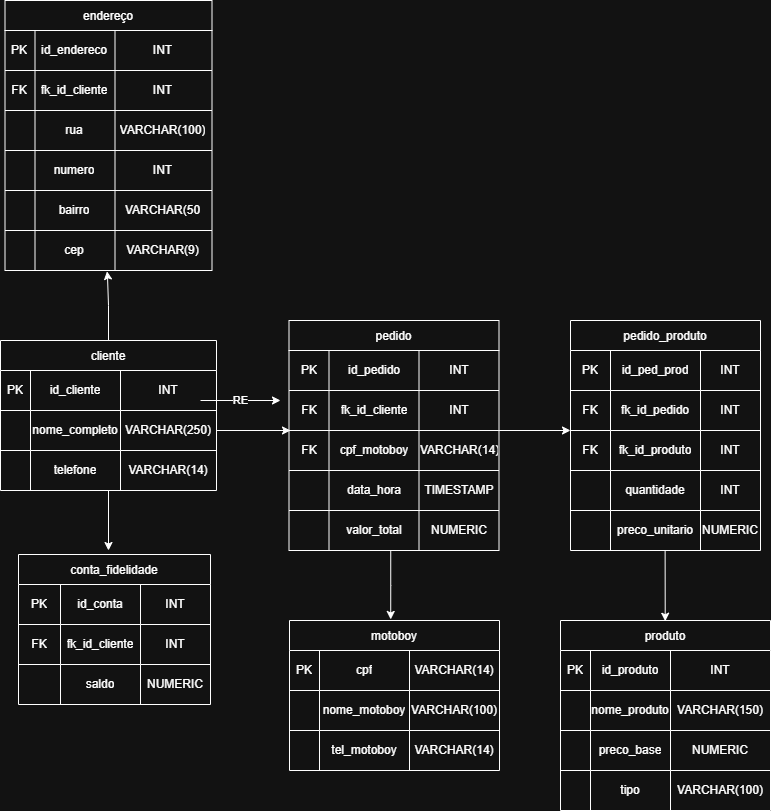
Before: MER-bellamassa.png, a diagram exported from draw.io (mariajuliacintra/trabalhofinal-bellamassa). Source tidied: cells renumbered, new cells last; positions are measured from the earlier drawing's top-left corner, leaving out a move shared by most shapes.
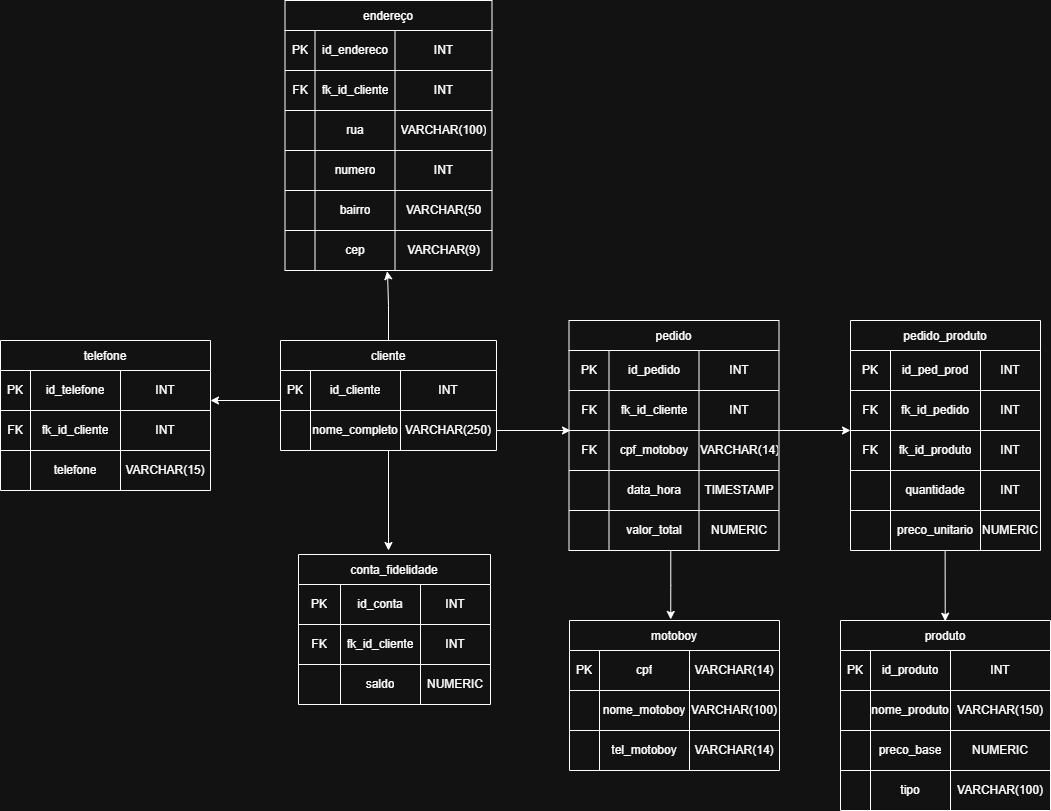
The same diagram one commit later.

The edit, as a diff of the source:
```diff
@@ -8,7 +8,7 @@
       </mxGeometry>
     </mxCell>
     <mxCell id="3" value="cliente" style="shape=table;startSize=30;fixedHeader=1;" parent="1" vertex="1">
-      <mxGeometry y="340" width="216" height="150" as="geometry" />
+      <mxGeometry y="340" width="216" height="110" as="geometry" />
     </mxCell>
     <mxCell id="4" style="shape=tableRow;horizontal=0;startSize=0;swimlaneHead=0;swimlaneBody=0;strokeColor=inherit;top=0;left=0;bottom=0;right=0;fillColor=none;fixedHeader=1;" parent="3" vertex="1">
       <mxGeometry y="30" width="216" height="40" as="geometry" />
@@ -34,18 +34,6 @@
     <mxCell id="11" value="VARCHAR(250)" style="shape=partialRectangle;html=1;whiteSpace=wrap;strokeColor=inherit;overflow=hidden;fillColor=none;top=0;left=0;bottom=0;right=0;" parent="8" vertex="1">
       <mxGeometry x="120" width="96" height="40" as="geometry" />
     </mxCell>
-    <mxCell id="12" style="shape=tableRow;horizontal=0;startSize=0;swimlaneHead=0;swimlaneBody=0;strokeColor=inherit;top=0;left=0;bottom=0;right=0;fillColor=none;fixedHeader=1;" parent="3" vertex="1">
-      <mxGeometry y="110" width="216" height="40" as="geometry" />
-    </mxCell>
-    <mxCell id="13" style="shape=partialRectangle;html=1;whiteSpace=wrap;strokeColor=inherit;overflow=hidden;fillColor=none;top=0;left=0;bottom=0;right=0;" parent="12" vertex="1">
-      <mxGeometry width="30" height="40" as="geometry" />
-    </mxCell>
-    <mxCell id="14" value="telefone" style="shape=partialRectangle;html=1;whiteSpace=wrap;strokeColor=inherit;overflow=hidden;fillColor=none;top=0;left=0;bottom=0;right=0;" parent="12" vertex="1">
-      <mxGeometry x="30" width="90" height="40" as="geometry" />
-    </mxCell>
-    <mxCell id="15" value="VARCHAR(14)" style="shape=partialRectangle;html=1;whiteSpace=wrap;strokeColor=inherit;overflow=hidden;fillColor=none;top=0;left=0;bottom=0;right=0;" parent="12" vertex="1">
-      <mxGeometry x="120" width="96" height="40" as="geometry" />
-    </mxCell>
     <mxCell id="16" value="pedido" style="shape=table;startSize=30;fixedHeader=1;" parent="1" vertex="1">
       <mxGeometry x="288.5" y="320" width="210" height="230" as="geometry" />
     </mxCell>
@@ -412,11 +400,50 @@
     <mxCell id="131" value="NUMERIC" style="shape=partialRectangle;html=1;whiteSpace=wrap;strokeColor=inherit;overflow=hidden;fillColor=none;top=0;left=0;bottom=0;right=0;" parent="128" vertex="1">
       <mxGeometry x="122" width="70" height="40" as="geometry" />
     </mxCell>
-    <mxCell id="132" value="RE" style="edgeStyle=none;orthogonalLoop=1;jettySize=auto;html=1;rounded=0;" parent="1" edge="1">
-      <mxGeometry relative="1" as="geometry">
-        <mxPoint x="200" y="400" as="sourcePoint" />
-        <mxPoint x="280" y="400" as="targetPoint" />
-      </mxGeometry>
-    </mxCell>
+    <mxCell id="133" value="telefone" style="shape=table;startSize=30;fixedHeader=1;" parent="1" vertex="1">
+      <mxGeometry x="-280" y="340" width="210" height="150" as="geometry" />
+    </mxCell>
+    <mxCell id="134" style="shape=tableRow;horizontal=0;startSize=0;swimlaneHead=0;swimlaneBody=0;strokeColor=inherit;top=0;left=0;bottom=0;right=0;fillColor=none;fixedHeader=1;" parent="133" vertex="1">
+      <mxGeometry y="30" width="210" height="40" as="geometry" />
+    </mxCell>
+    <mxCell id="135" value="PK" style="shape=partialRectangle;html=1;whiteSpace=wrap;strokeColor=inherit;overflow=hidden;fillColor=none;top=0;left=0;bottom=0;right=0;" parent="134" vertex="1">
+      <mxGeometry width="30" height="40" as="geometry" />
+    </mxCell>
+    <mxCell id="136" value="id_telefone" style="shape=partialRectangle;html=1;whiteSpace=wrap;strokeColor=inherit;overflow=hidden;fillColor=none;top=0;left=0;bottom=0;right=0;" parent="134" vertex="1">
+      <mxGeometry x="30" width="90" height="40" as="geometry" />
+    </mxCell>
+    <mxCell id="137" value="INT" style="shape=partialRectangle;html=1;whiteSpace=wrap;strokeColor=inherit;overflow=hidden;fillColor=none;top=0;left=0;bottom=0;right=0;" parent="134" vertex="1">
+      <mxGeometry x="120" width="90" height="40" as="geometry" />
+    </mxCell>
+    <mxCell id="138" style="shape=tableRow;horizontal=0;startSize=0;swimlaneHead=0;swimlaneBody=0;strokeColor=inherit;top=0;left=0;bottom=0;right=0;fillColor=none;fixedHeader=1;" parent="133" vertex="1">
+      <mxGeometry y="70" width="210" height="40" as="geometry" />
+    </mxCell>
+    <mxCell id="139" value="FK" style="shape=partialRectangle;html=1;whiteSpace=wrap;strokeColor=inherit;overflow=hidden;fillColor=none;top=0;left=0;bottom=0;right=0;" parent="138" vertex="1">
+      <mxGeometry width="30" height="40" as="geometry" />
+    </mxCell>
+    <mxCell id="140" value="fk_id_cliente" style="shape=partialRectangle;html=1;whiteSpace=wrap;strokeColor=inherit;overflow=hidden;fillColor=none;top=0;left=0;bottom=0;right=0;" parent="138" vertex="1">
+      <mxGeometry x="30" width="90" height="40" as="geometry" />
+    </mxCell>
+    <mxCell id="141" value="INT" style="shape=partialRectangle;html=1;whiteSpace=wrap;strokeColor=inherit;overflow=hidden;fillColor=none;top=0;left=0;bottom=0;right=0;" parent="138" vertex="1">
+      <mxGeometry x="120" width="90" height="40" as="geometry" />
+    </mxCell>
+    <mxCell id="142" style="shape=tableRow;horizontal=0;startSize=0;swimlaneHead=0;swimlaneBody=0;strokeColor=inherit;top=0;left=0;bottom=0;right=0;fillColor=none;fixedHeader=1;" parent="133" vertex="1">
+      <mxGeometry y="110" width="210" height="40" as="geometry" />
+    </mxCell>
+    <mxCell id="13" style="shape=partialRectangle;html=1;whiteSpace=wrap;strokeColor=inherit;overflow=hidden;fillColor=none;top=0;left=0;bottom=0;right=0;" parent="142" vertex="1">
+      <mxGeometry width="30" height="40" as="geometry" />
+    </mxCell>
+    <mxCell id="14" value="telefone" style="shape=partialRectangle;html=1;whiteSpace=wrap;strokeColor=inherit;overflow=hidden;fillColor=none;top=0;left=0;bottom=0;right=0;" parent="142" vertex="1">
+      <mxGeometry x="30" width="90" height="40" as="geometry" />
+    </mxCell>
+    <mxCell id="143" value="VARCHAR(15)" style="shape=partialRectangle;html=1;whiteSpace=wrap;strokeColor=inherit;overflow=hidden;fillColor=none;top=0;left=0;bottom=0;right=0;" parent="142" vertex="1">
+      <mxGeometry x="120" width="90" height="40" as="geometry" />
+    </mxCell>
+    <mxCell id="144" style="endArrow=classic;html=1;rounded=0;" parent="1" edge="1">
+      <mxGeometry relative="1" as="geometry">
+        <mxPoint y="400" as="sourcePoint" />
+        <mxPoint x="-70" y="400" as="targetPoint" />
+      </mxGeometry>
+    </mxCell>
   </root>
 </mxGraphModel>
```
